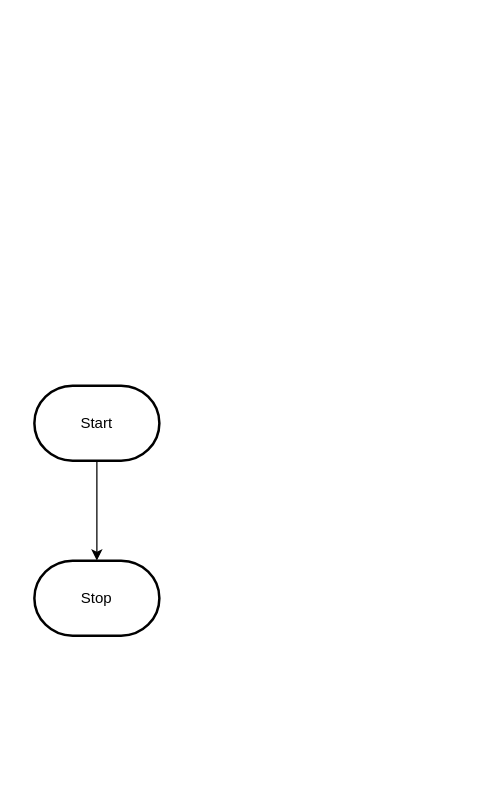
Before: design/flowchart.drawio in MTHS-ICD2O-1-2023/ICD2O-Unit-5-01-Hames-al-sharoa, a draw.io diagram. Source tidied: cells renumbered, new cells numbered last; positions are measured from the earlier drawing's top-left corner, leaving out a move shared by most shapes. Both pictures are drawn from the tidied source at 125%, with x=0, y=0 at pixel (34, 385).
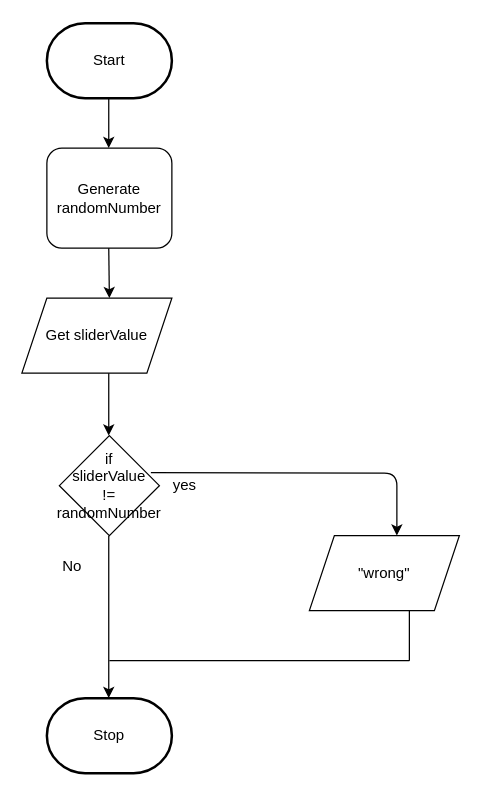
After the change.

What changed in the source:
```diff
@@
-    <mxCell id="2" style="edgeStyle=orthogonalEdgeStyle;html=1;rounded=0;" parent="1" edge="1" source="3" target="4">
-      <mxGeometry relative="1" as="geometry" />
-    </mxCell>
     <mxCell id="3" value="Start" style="strokeWidth=2;html=1;shape=mxgraph.flowchart.terminator;whiteSpace=wrap;" parent="1" vertex="1">
-      <mxGeometry width="100" height="60" as="geometry" />
+      <mxGeometry x="10" y="-290" width="100" height="60" as="geometry" />
     </mxCell>
     <mxCell id="4" value="Stop" style="strokeWidth=2;html=1;shape=mxgraph.flowchart.terminator;whiteSpace=wrap;" parent="1" vertex="1">
-      <mxGeometry y="140" width="100" height="60" as="geometry" />
+      <mxGeometry x="10" y="250" width="100" height="60" as="geometry" />
     </mxCell>
+    <mxCell id="5" value="Generate randomNumber" style="rounded=1;whiteSpace=wrap;html=1;" parent="1" vertex="1">
+      <mxGeometry x="10" y="-190" width="100" height="80" as="geometry" />
+    </mxCell>
+    <mxCell id="6" style="edgeStyle=none;orthogonalLoop=1;jettySize=auto;html=1;" parent="1" edge="1">
+      <mxGeometry relative="1" as="geometry">
+        <mxPoint x="59.5" y="-230" as="sourcePoint" />
+        <mxPoint x="59.5" y="-190" as="targetPoint" />
+      </mxGeometry>
+    </mxCell>
+    <mxCell id="7" style="edgeStyle=none;orthogonalLoop=1;jettySize=auto;html=1;" parent="1" edge="1">
+      <mxGeometry relative="1" as="geometry">
+        <mxPoint x="59.5" y="-110" as="sourcePoint" />
+        <mxPoint x="60" y="-70" as="targetPoint" />
+      </mxGeometry>
+    </mxCell>
+    <mxCell id="8" value="Get sliderValue" style="shape=parallelogram;perimeter=parallelogramPerimeter;whiteSpace=wrap;html=1;fixedSize=1;" parent="1" vertex="1">
+      <mxGeometry x="-10" y="-70" width="120" height="60" as="geometry" />
+    </mxCell>
+    <mxCell id="9" style="edgeStyle=none;orthogonalLoop=1;jettySize=auto;html=1;" parent="1" edge="1">
+      <mxGeometry relative="1" as="geometry">
+        <mxPoint x="59.5" y="-10" as="sourcePoint" />
+        <mxPoint x="59.5" y="40" as="targetPoint" />
+      </mxGeometry>
+    </mxCell>
+    <mxCell id="10" value="if&lt;br&gt;sliderValue&lt;br&gt;!=&lt;br&gt;randomNumber" style="rhombus;whiteSpace=wrap;html=1;" parent="1" vertex="1">
+      <mxGeometry x="20" y="40" width="80" height="80" as="geometry" />
+    </mxCell>
+    <mxCell id="11" style="edgeStyle=none;orthogonalLoop=1;jettySize=auto;html=1;" parent="1" edge="1">
+      <mxGeometry relative="1" as="geometry">
+        <mxPoint x="59.5" y="120" as="sourcePoint" />
+        <mxPoint x="59.5" y="250" as="targetPoint" />
+      </mxGeometry>
+    </mxCell>
+    <mxCell id="12" style="edgeStyle=none;jettySize=auto;html=1;exitX=0.915;exitY=0.371;exitDx=0;exitDy=0;exitPerimeter=0;" parent="1" edge="1" source="10">
+      <mxGeometry relative="1" as="geometry">
+        <mxPoint x="290" y="120" as="targetPoint" />
+        <Array as="points">
+          <mxPoint x="290" y="70" />
+          <mxPoint x="290" y="100" />
+        </Array>
+      </mxGeometry>
+    </mxCell>
+    <mxCell id="13" value="&quot;wrong&quot;" style="shape=parallelogram;perimeter=parallelogramPerimeter;whiteSpace=wrap;html=1;fixedSize=1;" parent="1" vertex="1">
+      <mxGeometry x="220" y="120" width="120" height="60" as="geometry" />
+    </mxCell>
+    <mxCell id="14" value="yes" style="text;html=1;align=center;verticalAlign=middle;strokeColor=none;fillColor=none;" parent="1" vertex="1">
+      <mxGeometry x="100" y="65" width="40" height="30" as="geometry" />
+    </mxCell>
+    <mxCell id="15" value="No" style="text;html=1;align=center;verticalAlign=middle;strokeColor=none;fillColor=none;" parent="1" vertex="1">
+      <mxGeometry x="10" y="130" width="40" height="30" as="geometry" />
+    </mxCell>
+    <mxCell id="16" style="endArrow=none;html=1;" parent="1" edge="1">
+      <mxGeometry relative="1" as="geometry">
+        <mxPoint x="300" y="220" as="sourcePoint" />
+        <mxPoint x="300" y="180" as="targetPoint" />
+      </mxGeometry>
+    </mxCell>
+    <mxCell id="17" style="endArrow=none;html=1;" parent="1" edge="1">
+      <mxGeometry relative="1" as="geometry">
+        <mxPoint x="60" y="220" as="sourcePoint" />
+        <mxPoint x="300" y="220" as="targetPoint" />
+      </mxGeometry>
+    </mxCell>
```
